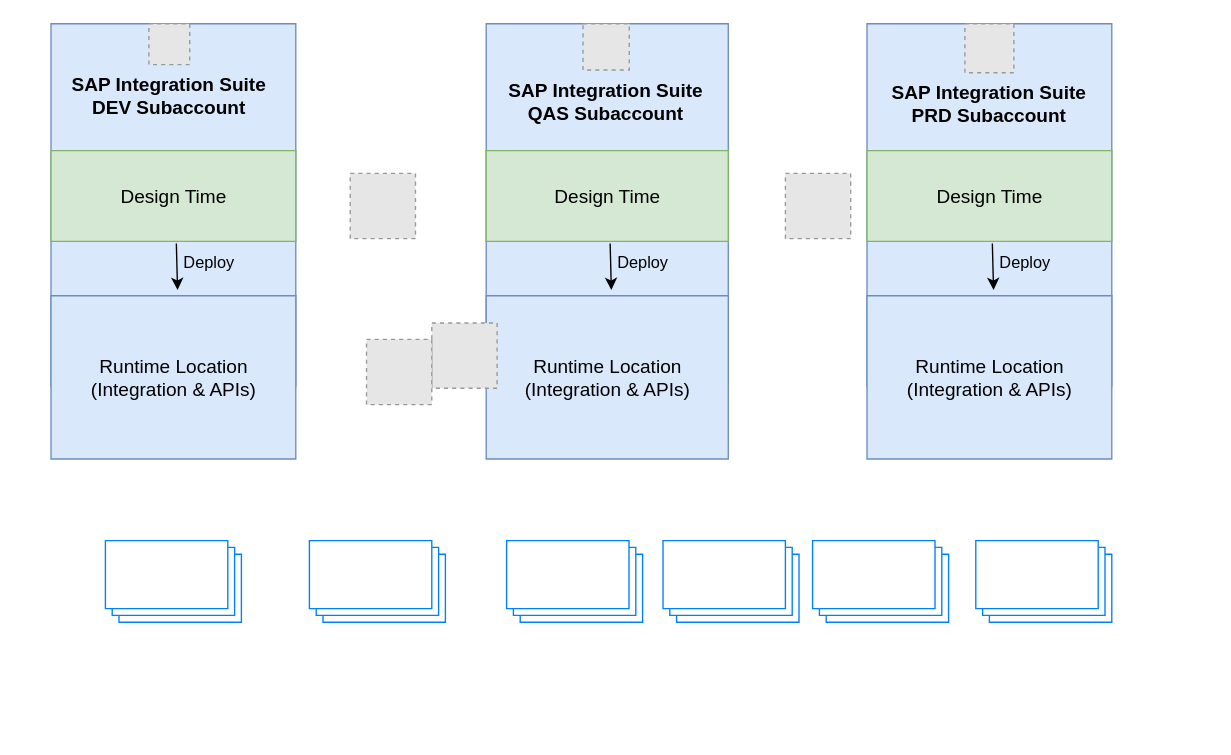
jklingelhoefer/sap-btp-diagrams keeps this draw.io diagram as IS Arch -1.drawio. Above is the earlier version. Source tidied: cells renumbered, new cells numbered last; positions are measured from the earlier drawing's top-left corner, leaving out a move shared by most shapes. Both pictures are drawn from the tidied source at 136%, with x=0, y=0 at pixel (50, 23). Pictures stored in the file or linked from it are replaced by grey dashed boxes.
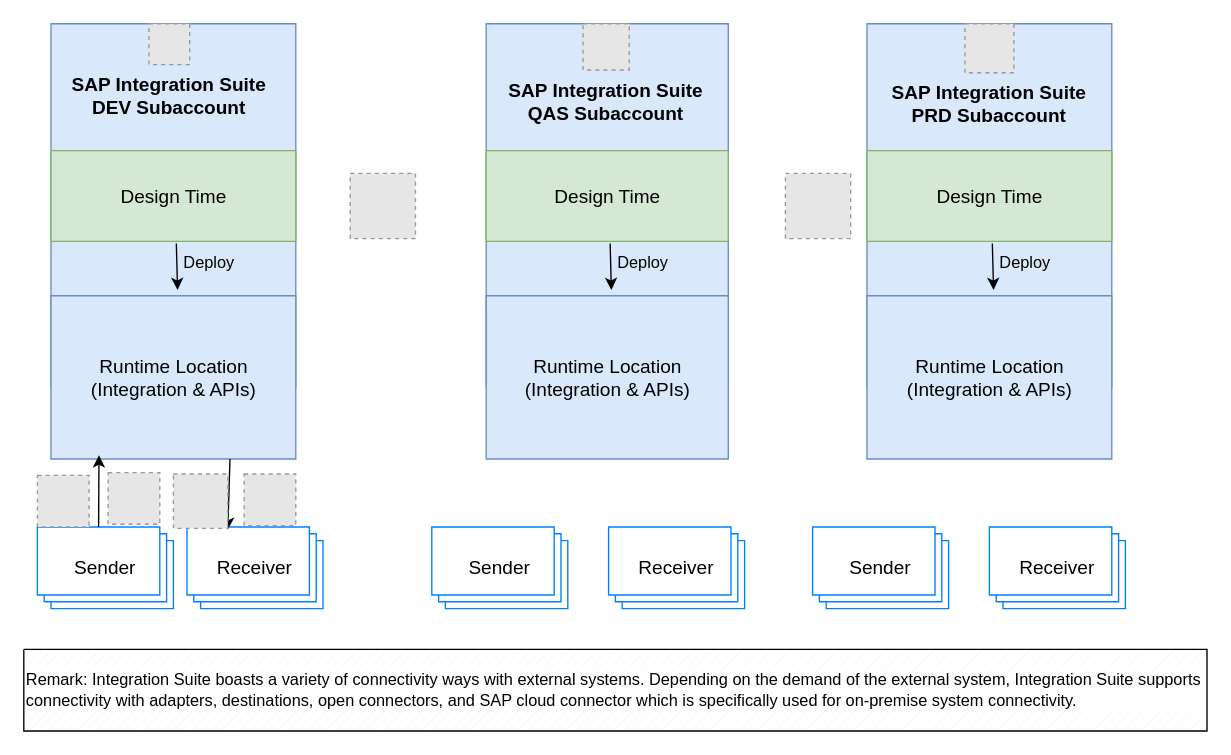
The same diagram, later.

The change refers to these unchanged cells:
```xml
<mxCell id="8" value="&lt;font style=&quot;font-size: 14px;&quot;&gt;Runtime Location&lt;/font&gt;&lt;div style=&quot;font-size: 14px;&quot;&gt;&lt;font style=&quot;font-size: 14px;&quot;&gt;(Integration &amp;amp; APIs)&lt;/font&gt;&lt;/div&gt;" style="verticalLabelPosition=middle;verticalAlign=middle;html=1;shape=mxgraph.basic.rect;fillColor2=none;strokeWidth=1;size=20;indent=5;fillColor=#dae8fc;strokeColor=#6c8ebf;labelPosition=center;align=center;" parent="4" vertex="1">
  <mxGeometry y="200" width="180" height="120" as="geometry" />
</mxCell>
```

Diff of the diagram source:
```diff
@@
-    <mxCell id="3" style="verticalLabelPosition=bottom;verticalAlign=top;html=1;shape=mxgraph.basic.layered_rect;dx=10;outlineConnect=0;whiteSpace=wrap;strokeColor=#007FFF;" parent="1" vertex="1">
-      <mxGeometry x="40" y="380" width="100" height="60" as="geometry" />
+    <mxCell id="3" value="&lt;font style=&quot;font-size: 14px;&quot;&gt;Sender&lt;/font&gt;" style="verticalLabelPosition=middle;verticalAlign=middle;html=1;shape=mxgraph.basic.layered_rect;dx=10;outlineConnect=0;whiteSpace=wrap;strokeColor=#007FFF;labelPosition=center;align=center;" parent="1" vertex="1">
+      <mxGeometry x="-10" y="370" width="100" height="60" as="geometry" />
     </mxCell>
@@
-    <mxCell id="26" style="verticalLabelPosition=bottom;verticalAlign=top;html=1;shape=mxgraph.basic.layered_rect;dx=10;whiteSpace=wrap;strokeColor=#007FFF;" parent="1" vertex="1">
-      <mxGeometry x="335" y="380" width="100" height="60" as="geometry" />
-    </mxCell>
-    <mxCell id="27" style="verticalLabelPosition=bottom;verticalAlign=top;html=1;shape=mxgraph.basic.layered_rect;dx=10;whiteSpace=wrap;strokeColor=#007FFF;" parent="1" vertex="1">
-      <mxGeometry x="450" y="380" width="100" height="60" as="geometry" />
-    </mxCell>
-    <mxCell id="28" style="verticalLabelPosition=bottom;verticalAlign=top;html=1;shape=mxgraph.basic.layered_rect;dx=10;whiteSpace=wrap;strokeColor=#007FFF;" parent="1" vertex="1">
-      <mxGeometry x="560" y="380" width="100" height="60" as="geometry" />
-    </mxCell>
-    <mxCell id="29" style="verticalLabelPosition=bottom;verticalAlign=top;html=1;shape=mxgraph.basic.layered_rect;dx=10;whiteSpace=wrap;strokeColor=#007FFF;" parent="1" vertex="1">
-      <mxGeometry x="680" y="380" width="100" height="60" as="geometry" />
-    </mxCell>
-    <mxCell id="30" style="verticalLabelPosition=bottom;verticalAlign=top;html=1;shape=mxgraph.basic.layered_rect;dx=10;whiteSpace=wrap;strokeColor=#007FFF;" parent="1" vertex="1">
-      <mxGeometry x="190" y="380" width="100" height="60" as="geometry" />
+    <mxCell id="30" value="&lt;font style=&quot;font-size: 14px;&quot;&gt;Receiver&lt;/font&gt;" style="verticalLabelPosition=middle;verticalAlign=middle;html=1;shape=mxgraph.basic.layered_rect;dx=10;whiteSpace=wrap;strokeColor=#007FFF;labelPosition=center;align=center;" parent="1" vertex="1">
+      <mxGeometry x="100" y="370" width="100" height="60" as="geometry" />
     </mxCell>
     <mxCell id="31" style="fillColor=#E6E6E6;strokeColor=#999999;dashed=1;verticalLabelPosition=bottom;verticalAlign=top;" parent="1" vertex="1">
-      <mxGeometry x="280" y="220" width="48" height="48" as="geometry" />
+      <mxGeometry x="42" y="330" width="38" height="38" as="geometry" />
     </mxCell>
     <mxCell id="32" style="fillColor=#E6E6E6;strokeColor=#999999;dashed=1;verticalLabelPosition=bottom;verticalAlign=top;" parent="1" vertex="1">
-      <mxGeometry x="232" y="232" width="48" height="48" as="geometry" />
+      <mxGeometry x="142" y="331" width="38" height="38" as="geometry" />
     </mxCell>
+    <mxCell id="33" value="&lt;font style=&quot;font-size: 14px;&quot;&gt;Sender&lt;/font&gt;" style="verticalLabelPosition=middle;verticalAlign=middle;html=1;shape=mxgraph.basic.layered_rect;dx=10;whiteSpace=wrap;strokeColor=#007FFF;labelPosition=center;align=center;" parent="1" vertex="1">
+      <mxGeometry x="560" y="370" width="100" height="60" as="geometry" />
+    </mxCell>
+    <mxCell id="34" value="&lt;font style=&quot;font-size: 14px;&quot;&gt;Sender&lt;/font&gt;" style="verticalLabelPosition=middle;verticalAlign=middle;html=1;shape=mxgraph.basic.layered_rect;dx=10;whiteSpace=wrap;strokeColor=#007FFF;labelPosition=center;align=center;" parent="1" vertex="1">
+      <mxGeometry x="280" y="370" width="100" height="60" as="geometry" />
+    </mxCell>
+    <mxCell id="35" value="&lt;font style=&quot;font-size: 14px;&quot;&gt;Receiver&lt;/font&gt;" style="verticalLabelPosition=middle;verticalAlign=middle;html=1;shape=mxgraph.basic.layered_rect;dx=10;whiteSpace=wrap;strokeColor=#007FFF;labelPosition=center;align=center;" parent="1" vertex="1">
+      <mxGeometry x="690" y="370" width="100" height="60" as="geometry" />
+    </mxCell>
+    <mxCell id="36" value="&lt;font style=&quot;font-size: 14px;&quot;&gt;Receiver&lt;/font&gt;" style="verticalLabelPosition=middle;verticalAlign=middle;html=1;shape=mxgraph.basic.layered_rect;dx=10;whiteSpace=wrap;strokeColor=#007FFF;labelPosition=center;align=center;" parent="1" vertex="1">
+      <mxGeometry x="410" y="370" width="100" height="60" as="geometry" />
+    </mxCell>
+    <mxCell id="37" style="endArrow=classic;html=1;rounded=0;exitX=0;exitY=0;exitDx=45;exitDy=0;exitPerimeter=0;entryX=0.196;entryY=0.977;entryDx=0;entryDy=0;entryPerimeter=0;" parent="1" edge="1" source="3" target="8">
+      <mxGeometry relative="1" as="geometry" />
+    </mxCell>
+    <mxCell id="38" style="endArrow=classic;html=1;rounded=0;exitX=0.658;exitY=1.03;exitDx=0;exitDy=0;exitPerimeter=0;entryX=0.168;entryY=0.093;entryDx=0;entryDy=0;entryPerimeter=0;" parent="1" edge="1">
+      <mxGeometry relative="1" as="geometry">
+        <mxPoint x="131.6" y="320" as="sourcePoint" />
+        <mxPoint x="130" y="372" as="targetPoint" />
+      </mxGeometry>
+    </mxCell>
+    <mxCell id="39" style="fillColor=#E6E6E6;strokeColor=#999999;dashed=1;verticalLabelPosition=bottom;verticalAlign=top;" parent="1" vertex="1">
+      <mxGeometry x="-10" y="332" width="38" height="38" as="geometry" />
+    </mxCell>
+    <mxCell id="40" style="fillColor=#E6E6E6;strokeColor=#999999;dashed=1;verticalLabelPosition=bottom;verticalAlign=top;" parent="1" vertex="1">
+      <mxGeometry x="90" y="331" width="40" height="40" as="geometry" />
+    </mxCell>
+    <mxCell id="41" value="Remark: Integration Suite boasts a variety of connectivity ways with external systems. Depending on the demand of the external system, Integration Suite supports&amp;nbsp;&lt;div&gt;connectivity with adapters, destinations, open connectors, and SAP cloud connector which is specifically used for on-premise system connectivity.&lt;/div&gt;" style="verticalLabelPosition=middle;verticalAlign=middle;html=1;shape=mxgraph.basic.patternFillRect;fillStyle=diag;step=5;fillStrokeWidth=0.2;fillStrokeColor=#dddddd;labelPosition=center;align=left;labelBackgroundColor=#FFFFFF;" parent="1" vertex="1">
+      <mxGeometry x="-20" y="460" width="870" height="60" as="geometry" />
+    </mxCell>
```
